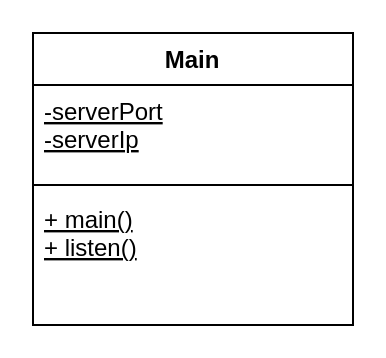
Earlier version of the draw.io diagram EntwurfsdiagrammClient.drawio (FabioKron/Online-Immobilienportal). Source tidied: cells renumbered, new cells numbered last; positions are measured from the earlier drawing's top-left corner, leaving out a move shared by most shapes. Both pictures are drawn from the tidied source at 200%, with x=0, y=0 at pixel (32, 32).
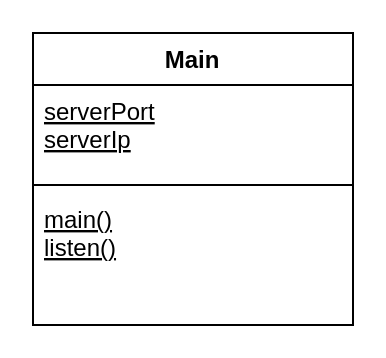
After the change.

Commit message (it also covers changes not shown here):
Entfernen der ZUgriffsmodifikatoren in den Entwurfsdiagrammen da die Zugriffsmodifikatoren nur in den Klassendiagrammen benötigt werden

Diff of the diagram source:
```diff
@@
 <mxGraphModel>
   <root>
     <mxCell id="0" />
     <mxCell id="1" parent="0" />
     <mxCell id="2" value="Main" style="swimlane;fontStyle=1;align=center;verticalAlign=top;horizontal=1;startSize=26;" parent="1" vertex="1">
       <mxGeometry width="160" height="146" as="geometry" />
     </mxCell>
-    <mxCell id="3" value="-serverPort&#10;-serverIp" style="text;strokeColor=none;fillColor=none;align=left;verticalAlign=top;spacingLeft=4;spacingRight=4;overflow=hidden;fontStyle=4;" parent="2" vertex="1">
+    <mxCell id="3" value="serverPort&#10;serverIp" style="text;strokeColor=none;fillColor=none;align=left;verticalAlign=top;spacingLeft=4;spacingRight=4;overflow=hidden;fontStyle=4;" parent="2" vertex="1">
       <mxGeometry y="26" width="160" height="46" as="geometry" />
     </mxCell>
     <mxCell id="4" style="line;strokeWidth=1;fillColor=none;align=left;verticalAlign=middle;spacingTop=-1;spacingLeft=3;spacingRight=3;labelPosition=right;" parent="2" vertex="1">
       <mxGeometry y="72" width="160" height="8" as="geometry" />
     </mxCell>
-    <mxCell id="5" value="+ main()&#10;+ listen()&#10;" style="text;strokeColor=none;fillColor=none;align=left;verticalAlign=top;spacingLeft=4;spacingRight=4;overflow=hidden;fontStyle=4;" parent="2" vertex="1">
+    <mxCell id="5" value="main()&#10;listen()&#10;" style="text;strokeColor=none;fillColor=none;align=left;verticalAlign=top;spacingLeft=4;spacingRight=4;overflow=hidden;fontStyle=4;" parent="2" vertex="1">
       <mxGeometry y="80" width="160" height="66" as="geometry" />
     </mxCell>
   </root>
 </mxGraphModel>
```
